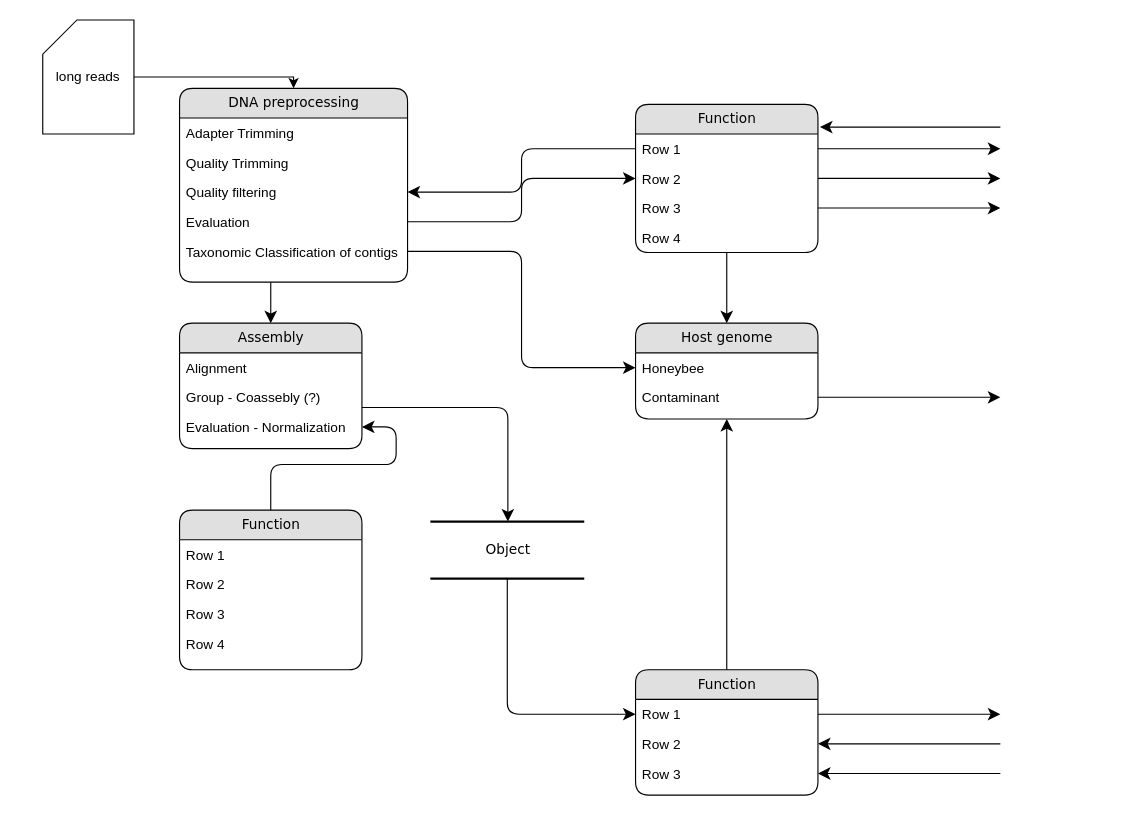
Earlier version of the draw.io diagram analysis_workflow.drawio (IceGreb/db_project). Source tidied: cells renumbered, new cells numbered last; positions are measured from the earlier drawing's top-left corner, leaving out a move shared by most shapes. Both pictures are drawn from the tidied source at 114%, with x=0, y=0 at pixel (42, 19).
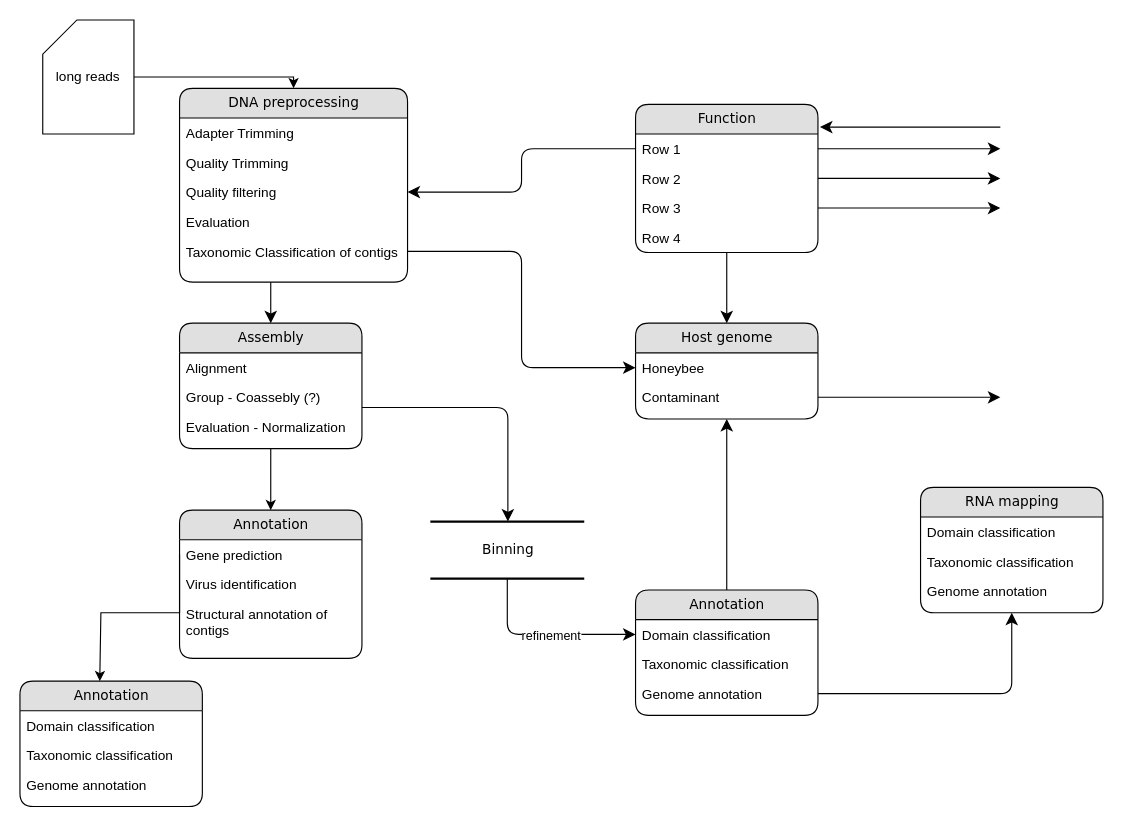
The same diagram, later.

The change refers to these unchanged cells:
```xml
<mxCell id="6" value="Evaluation" style="text;html=1;strokeColor=none;fillColor=none;spacingLeft=4;spacingRight=4;whiteSpace=wrap;overflow=hidden;points=[[0,0.5],[1,0.5]];portConstraint=eastwest;" parent="2" vertex="1">
  <mxGeometry y="104" width="200" height="26" as="geometry" />
</mxCell>
<mxCell id="10" value="Row 2" style="text;html=1;strokeColor=none;fillColor=none;spacingLeft=4;spacingRight=4;whiteSpace=wrap;overflow=hidden;points=[[0,0.5],[1,0.5]];portConstraint=eastwest;" parent="8" vertex="1">
  <mxGeometry y="52" width="160" height="26" as="geometry" />
</mxCell>
<mxCell id="13" value="Assembly" style="swimlane;html=1;fontStyle=0;horizontal=1;startSize=26;fillColor=#e0e0e0;swimlaneFillColor=#ffffff;align=center;rounded=1;shadow=0;comic=0;labelBackgroundColor=none;strokeWidth=1;fontFamily=Verdana;fontSize=12;" parent="1" vertex="1">
  <mxGeometry x="120" y="266" width="160" height="110" as="geometry" />
</mxCell>
<mxCell id="16" value="Evaluation - Normalization" style="text;html=1;strokeColor=none;fillColor=none;spacingLeft=4;spacingRight=4;whiteSpace=wrap;overflow=hidden;points=[[0,0.5],[1,0.5]];portConstraint=eastwest;" parent="13" vertex="1">
  <mxGeometry y="78" width="160" height="26" as="geometry" />
</mxCell>
<mxCell id="31" style="edgeStyle=orthogonalEdgeStyle;html=1;labelBackgroundColor=none;startFill=0;startSize=8;endFill=1;endSize=8;fontFamily=Verdana;fontSize=12;" parent="1" edge="1" source="29" target="26">
  <mxGeometry x="-0.13" y="32" relative="1" as="geometry" />
</mxCell>
```

What changed in the source:
```diff
@@
+    <mxCell id="49" style="edgeStyle=orthogonalEdgeStyle;rounded=0;jettySize=auto;html=1;entryX=0.5;entryY=0;entryDx=0;entryDy=0;" parent="1" edge="1" source="13" target="17">
+      <mxGeometry relative="1" as="geometry" />
+    </mxCell>
@@
-    <mxCell id="17" value="Function" style="swimlane;html=1;fontStyle=0;horizontal=1;startSize=26;fillColor=#e0e0e0;swimlaneFillColor=#ffffff;align=center;rounded=1;shadow=0;comic=0;labelBackgroundColor=none;strokeWidth=1;fontFamily=Verdana;fontSize=12;" parent="1" vertex="1">
-      <mxGeometry x="120" y="430" width="160" height="140" as="geometry" />
+    <mxCell id="17" value="Annotation" style="swimlane;html=1;fontStyle=0;horizontal=1;startSize=26;fillColor=#e0e0e0;swimlaneFillColor=#ffffff;align=center;rounded=1;shadow=0;comic=0;labelBackgroundColor=none;strokeWidth=1;fontFamily=Verdana;fontSize=12;" parent="1" vertex="1">
+      <mxGeometry x="120" y="430" width="160" height="130" as="geometry" />
     </mxCell>
+    <mxCell id="50" style="edgeStyle=orthogonalEdgeStyle;rounded=0;jettySize=auto;html=1;exitX=0;exitY=0.5;exitDx=0;exitDy=0;" parent="17" edge="1" source="18">
+      <mxGeometry relative="1" as="geometry">
+        <mxPoint x="-70" y="150" as="targetPoint" />
+        <Array as="points">
+          <mxPoint y="90" />
+          <mxPoint x="-69" y="90" />
+        </Array>
+      </mxGeometry>
+    </mxCell>
-    <mxCell id="18" value="Row 1" style="text;html=1;strokeColor=none;fillColor=none;spacingLeft=4;spacingRight=4;whiteSpace=wrap;overflow=hidden;points=[[0,0.5],[1,0.5]];portConstraint=eastwest;" parent="17" vertex="1">
+    <mxCell id="18" value="Gene prediction" style="text;html=1;strokeColor=none;fillColor=none;spacingLeft=4;spacingRight=4;whiteSpace=wrap;overflow=hidden;points=[[0,0.5],[1,0.5]];portConstraint=eastwest;" parent="17" vertex="1">
       <mxGeometry y="26" width="160" height="26" as="geometry" />
     </mxCell>
-    <mxCell id="19" value="Row 2" style="text;html=1;strokeColor=none;fillColor=none;spacingLeft=4;spacingRight=4;whiteSpace=wrap;overflow=hidden;" parent="17" vertex="1">
+    <mxCell id="19" value="Virus identification" style="text;html=1;strokeColor=none;fillColor=none;spacingLeft=4;spacingRight=4;whiteSpace=wrap;overflow=hidden;" parent="17" vertex="1">
       <mxGeometry y="52" width="160" height="26" as="geometry" />
     </mxCell>
-    <mxCell id="20" value="Row 3" style="text;html=1;strokeColor=none;fillColor=none;spacingLeft=4;spacingRight=4;whiteSpace=wrap;overflow=hidden;" parent="17" vertex="1">
-      <mxGeometry y="78" width="160" height="26" as="geometry" />
+    <mxCell id="20" value="Structural annotation of contigs" style="text;html=1;strokeColor=none;fillColor=none;spacingLeft=4;spacingRight=4;whiteSpace=wrap;overflow=hidden;" parent="17" vertex="1">
+      <mxGeometry y="78" width="160" height="32" as="geometry" />
     </mxCell>
-    <mxCell id="21" value="Row 4" style="text;html=1;strokeColor=none;fillColor=none;spacingLeft=4;spacingRight=4;whiteSpace=wrap;overflow=hidden;" parent="17" vertex="1">
-      <mxGeometry y="104" width="160" height="26" as="geometry" />
-    </mxCell>
@@
-    <mxCell id="25" value="Function" style="swimlane;html=1;fontStyle=0;horizontal=1;startSize=26;fillColor=#e0e0e0;swimlaneFillColor=#ffffff;align=center;rounded=1;shadow=0;comic=0;labelBackgroundColor=none;strokeWidth=1;fontFamily=Verdana;fontSize=12;" parent="1" vertex="1">
-      <mxGeometry x="520" y="570" width="160" height="110" as="geometry" />
+    <mxCell id="25" value="Annotation" style="swimlane;html=1;fontStyle=0;horizontal=1;startSize=26;fillColor=#e0e0e0;swimlaneFillColor=#ffffff;align=center;rounded=1;shadow=0;comic=0;labelBackgroundColor=none;strokeWidth=1;fontFamily=Verdana;fontSize=12;" parent="1" vertex="1">
+      <mxGeometry x="520" y="500" width="160" height="110" as="geometry" />
     </mxCell>
-    <mxCell id="26" value="Row 1" style="text;html=1;strokeColor=none;fillColor=none;spacingLeft=4;spacingRight=4;whiteSpace=wrap;overflow=hidden;points=[[0,0.5],[1,0.5]];portConstraint=eastwest;" parent="25" vertex="1">
+    <mxCell id="26" value="Domain classification" style="text;html=1;strokeColor=none;fillColor=none;spacingLeft=4;spacingRight=4;whiteSpace=wrap;overflow=hidden;points=[[0,0.5],[1,0.5]];portConstraint=eastwest;" parent="25" vertex="1">
       <mxGeometry y="26" width="160" height="26" as="geometry" />
     </mxCell>
-    <mxCell id="27" value="Row 2" style="text;html=1;strokeColor=none;fillColor=none;spacingLeft=4;spacingRight=4;whiteSpace=wrap;overflow=hidden;points=[[0,0.5],[1,0.5]];portConstraint=eastwest;" parent="25" vertex="1">
+    <mxCell id="27" value="Taxonomic classification" style="text;html=1;strokeColor=none;fillColor=none;spacingLeft=4;spacingRight=4;whiteSpace=wrap;overflow=hidden;points=[[0,0.5],[1,0.5]];portConstraint=eastwest;" parent="25" vertex="1">
       <mxGeometry y="52" width="160" height="26" as="geometry" />
     </mxCell>
-    <mxCell id="28" value="Row 3" style="text;html=1;strokeColor=none;fillColor=none;spacingLeft=4;spacingRight=4;whiteSpace=wrap;overflow=hidden;points=[[0,0.5],[1,0.5]];portConstraint=eastwest;" parent="25" vertex="1">
+    <mxCell id="28" value="Genome annotation" style="text;html=1;strokeColor=none;fillColor=none;spacingLeft=4;spacingRight=4;whiteSpace=wrap;overflow=hidden;points=[[0,0.5],[1,0.5]];portConstraint=eastwest;" parent="25" vertex="1">
       <mxGeometry y="78" width="160" height="26" as="geometry" />
     </mxCell>
-    <mxCell id="29" value="Object" style="html=1;rounded=0;shadow=0;comic=0;labelBackgroundColor=none;strokeWidth=2;fontFamily=Verdana;fontSize=12;align=center;shape=mxgraph.ios7ui.horLines;" parent="1" vertex="1">
+    <mxCell id="29" value="Binning" style="html=1;rounded=0;shadow=0;comic=0;labelBackgroundColor=none;strokeWidth=2;fontFamily=Verdana;fontSize=12;align=center;shape=mxgraph.ios7ui.horLines;" parent="1" vertex="1">
       <mxGeometry x="340" y="440" width="135" height="50" as="geometry" />
     </mxCell>
-    <mxCell id="30" style="edgeStyle=orthogonalEdgeStyle;html=1;labelBackgroundColor=none;startFill=0;startSize=8;endFill=1;endSize=8;fontFamily=Verdana;fontSize=12;entryX=1;entryY=0.5;exitX=0.5;exitY=0;exitDx=0;exitDy=0;" parent="1" edge="1" source="17" target="16">
-      <mxGeometry relative="1" as="geometry">
-        <Array as="points">
-          <mxPoint x="200" y="390" />
-          <mxPoint x="310" y="390" />
-          <mxPoint x="310" y="357" />
-        </Array>
-      </mxGeometry>
-    </mxCell>
@@
+    <mxCell id="51" value="refinement" style="edgeLabel;html=1;align=center;verticalAlign=middle;" parent="31" vertex="1">
+      <mxGeometry x="0.07" relative="1" as="geometry">
+        <mxPoint x="1" as="offset" />
+      </mxGeometry>
+    </mxCell>
@@
-    <mxCell id="36" style="edgeStyle=orthogonalEdgeStyle;html=1;entryX=0;entryY=0.5;labelBackgroundColor=none;startFill=0;startSize=8;endFill=1;endSize=8;fontFamily=Verdana;fontSize=12;exitX=1;exitY=0.5;" parent="1" edge="1" source="6" target="10">
-      <mxGeometry relative="1" as="geometry" />
-    </mxCell>
@@
-    <mxCell id="40" style="edgeStyle=orthogonalEdgeStyle;html=1;exitX=1;exitY=0.5;labelBackgroundColor=none;startFill=0;startSize=8;endFill=1;endSize=8;fontFamily=Verdana;fontSize=12;" parent="1" edge="1" source="26">
-      <mxGeometry relative="1" as="geometry">
-        <mxPoint x="840" y="609" as="targetPoint" />
-      </mxGeometry>
+    <mxCell id="40" style="edgeStyle=orthogonalEdgeStyle;html=1;labelBackgroundColor=none;startFill=0;startSize=8;endFill=1;endSize=8;fontFamily=Verdana;fontSize=12;entryX=0.5;entryY=1;entryDx=0;entryDy=0;" parent="1" edge="1" source="28" target="52">
+      <mxGeometry relative="1" as="geometry" />
     </mxCell>
-    <mxCell id="41" style="edgeStyle=orthogonalEdgeStyle;html=1;labelBackgroundColor=none;startFill=0;startSize=8;endFill=1;endSize=8;fontFamily=Verdana;fontSize=12;entryX=1;entryY=0.5;" parent="1" edge="1" target="27">
-      <mxGeometry relative="1" as="geometry">
-        <mxPoint x="840" y="635" as="sourcePoint" />
-        <Array as="points">
-          <mxPoint x="840" y="635" />
-        </Array>
-      </mxGeometry>
-    </mxCell>
-    <mxCell id="42" style="edgeStyle=orthogonalEdgeStyle;html=1;labelBackgroundColor=none;startFill=0;startSize=8;endFill=1;endSize=8;fontFamily=Verdana;fontSize=12;entryX=1;entryY=0.5;" parent="1" edge="1" target="28">
-      <mxGeometry relative="1" as="geometry">
-        <mxPoint x="840" y="661" as="sourcePoint" />
-        <Array as="points">
-          <mxPoint x="760" y="661" />
-          <mxPoint x="760" y="661" />
-        </Array>
-      </mxGeometry>
-    </mxCell>
@@
+    <mxCell id="52" value="RNA mapping" style="swimlane;html=1;fontStyle=0;horizontal=1;startSize=26;fillColor=#e0e0e0;swimlaneFillColor=#ffffff;align=center;rounded=1;shadow=0;comic=0;labelBackgroundColor=none;strokeWidth=1;fontFamily=Verdana;fontSize=12;" parent="1" vertex="1">
+      <mxGeometry x="770" y="410" width="160" height="110" as="geometry" />
+    </mxCell>
+    <mxCell id="53" value="Domain classification" style="text;html=1;strokeColor=none;fillColor=none;spacingLeft=4;spacingRight=4;whiteSpace=wrap;overflow=hidden;" parent="52" vertex="1">
+      <mxGeometry y="26" width="160" height="26" as="geometry" />
+    </mxCell>
+    <mxCell id="54" value="Taxonomic classification" style="text;html=1;strokeColor=none;fillColor=none;spacingLeft=4;spacingRight=4;whiteSpace=wrap;overflow=hidden;" parent="52" vertex="1">
+      <mxGeometry y="52" width="160" height="26" as="geometry" />
+    </mxCell>
+    <mxCell id="55" value="Genome annotation" style="text;html=1;strokeColor=none;fillColor=none;spacingLeft=4;spacingRight=4;whiteSpace=wrap;overflow=hidden;" parent="52" vertex="1">
+      <mxGeometry y="78" width="160" height="26" as="geometry" />
+    </mxCell>
+    <mxCell id="56" value="Annotation" style="swimlane;html=1;fontStyle=0;horizontal=1;startSize=26;fillColor=#e0e0e0;swimlaneFillColor=#ffffff;align=center;rounded=1;shadow=0;comic=0;labelBackgroundColor=none;strokeWidth=1;fontFamily=Verdana;fontSize=12;" parent="1" vertex="1">
+      <mxGeometry x="-20" y="580" width="160" height="110" as="geometry" />
+    </mxCell>
+    <mxCell id="57" value="Domain classification" style="text;html=1;strokeColor=none;fillColor=none;spacingLeft=4;spacingRight=4;whiteSpace=wrap;overflow=hidden;" parent="56" vertex="1">
+      <mxGeometry y="26" width="160" height="26" as="geometry" />
+    </mxCell>
+    <mxCell id="58" value="Taxonomic classification" style="text;html=1;strokeColor=none;fillColor=none;spacingLeft=4;spacingRight=4;whiteSpace=wrap;overflow=hidden;" parent="56" vertex="1">
+      <mxGeometry y="52" width="160" height="26" as="geometry" />
+    </mxCell>
+    <mxCell id="59" value="Genome annotation" style="text;html=1;strokeColor=none;fillColor=none;spacingLeft=4;spacingRight=4;whiteSpace=wrap;overflow=hidden;" parent="56" vertex="1">
+      <mxGeometry y="78" width="160" height="26" as="geometry" />
+    </mxCell>
```
